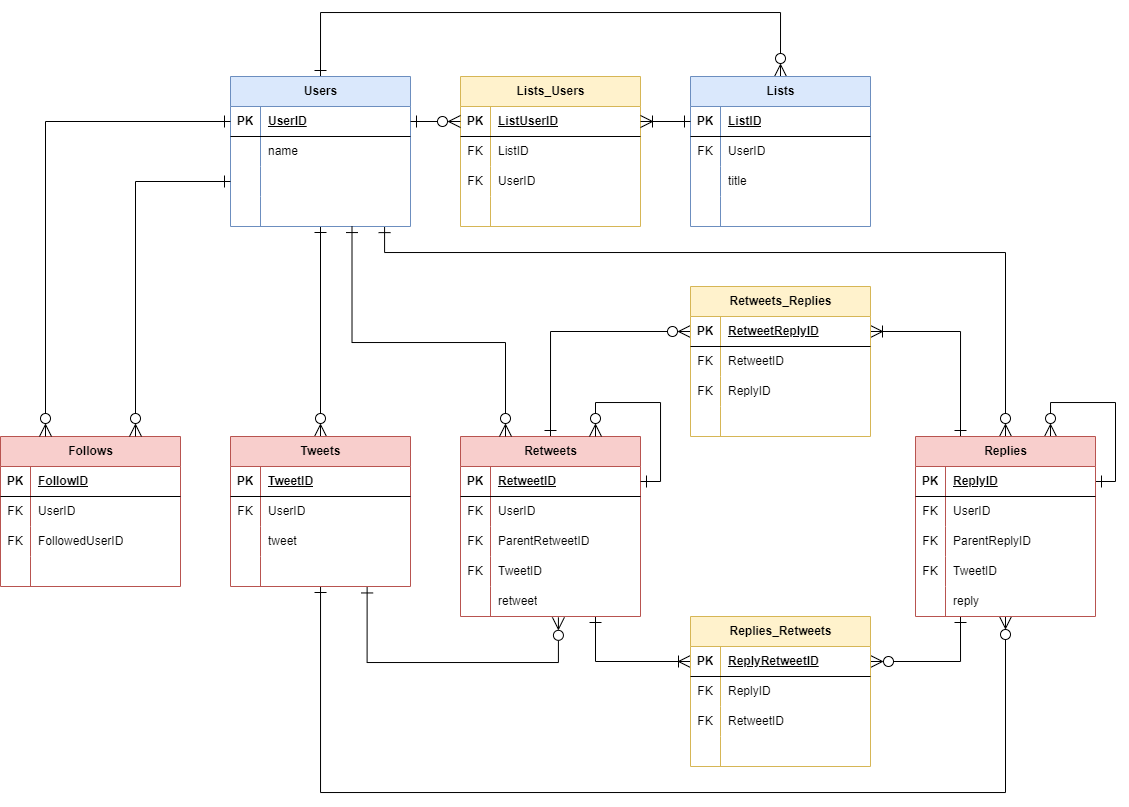
This is Twitter.drawio.png from npakk/fjord-database-erd-practice, a draw.io export, as it was before one commit. Source tidied: cells renumbered, new cells last; positions are measured from the earlier drawing's top-left corner, leaving out a move shared by most shapes.
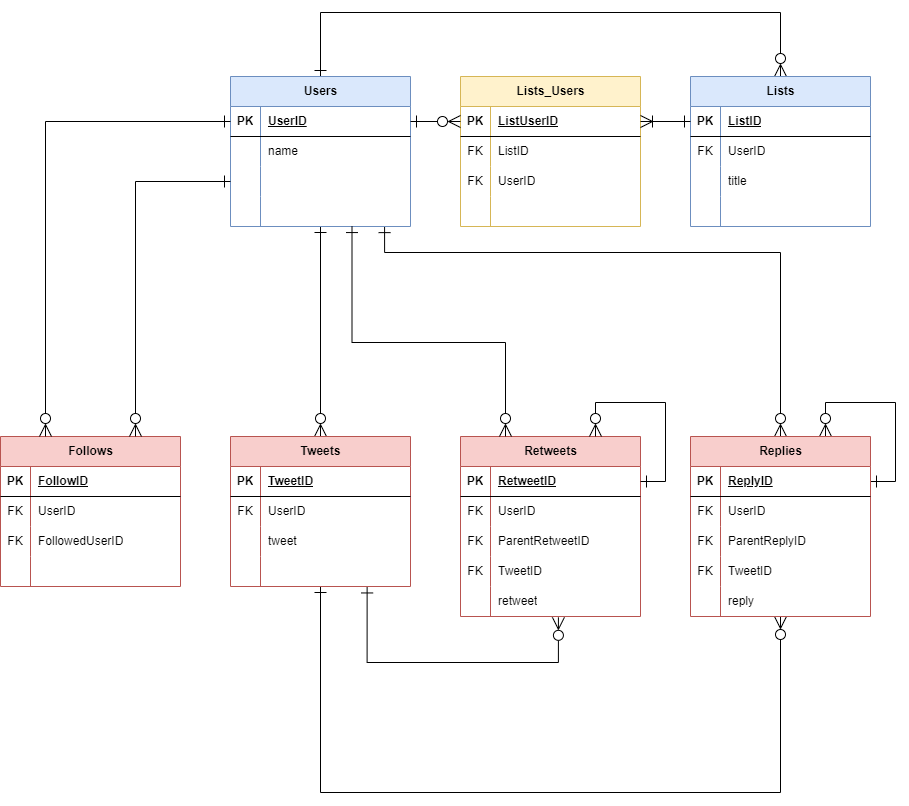
After the commit.

Commit message:
Twitter.drawio.png を更新します

The edit, as a diff of the source:
```diff
@@ -5,9 +5,9 @@
     <mxCell id="2" style="edgeStyle=orthogonalEdgeStyle;rounded=0;jettySize=auto;html=1;entryX=0.75;entryY=0;entryDx=0;entryDy=0;exitX=1;exitY=0.5;exitDx=0;exitDy=0;endSize=10;startSize=10;endArrow=ERzeroToMany;endFill=0;startArrow=ERone;startFill=0;" parent="1" edge="1" source="37" target="36">
       <mxGeometry relative="1" as="geometry">
         <Array as="points">
-          <mxPoint x="1115" y="469" />
-          <mxPoint x="1115" y="390" />
-          <mxPoint x="1050" y="390" />
+          <mxPoint x="895" y="469" />
+          <mxPoint x="895" y="390" />
+          <mxPoint x="825" y="390" />
         </Array>
       </mxGeometry>
     </mxCell>
@@ -26,7 +26,7 @@
       <mxGeometry relative="1" as="geometry">
         <Array as="points">
           <mxPoint x="384" y="240" />
-          <mxPoint x="1005" y="240" />
+          <mxPoint x="780" y="240" />
         </Array>
       </mxGeometry>
     </mxCell>
@@ -81,7 +81,7 @@
       <mxGeometry relative="1" as="geometry">
         <Array as="points">
           <mxPoint x="320" y="780" />
-          <mxPoint x="1005" y="780" />
+          <mxPoint x="780" y="780" />
         </Array>
       </mxGeometry>
     </mxCell>
@@ -124,14 +124,8 @@
     <mxCell id="33" style="shape=partialRectangle;fillColor=none;top=0;left=0;bottom=0;right=0;align=left;spacingLeft=6;overflow=hidden;whiteSpace=wrap;html=1;" parent="31" vertex="1">
       <mxGeometry x="30" width="150" height="30" as="geometry" />
     </mxCell>
-    <mxCell id="34" style="edgeStyle=orthogonalEdgeStyle;rounded=0;jettySize=auto;html=1;exitX=0.25;exitY=0;exitDx=0;exitDy=0;entryX=1;entryY=0.5;entryDx=0;entryDy=0;endSize=10;startSize=10;endArrow=ERoneToMany;endFill=0;startArrow=ERone;startFill=0;" parent="1" edge="1" source="36" target="115">
-      <mxGeometry relative="1" as="geometry" />
-    </mxCell>
-    <mxCell id="35" style="edgeStyle=orthogonalEdgeStyle;rounded=0;jettySize=auto;html=1;exitX=0.25;exitY=1;exitDx=0;exitDy=0;entryX=1;entryY=0.5;entryDx=0;entryDy=0;endSize=10;startSize=10;endArrow=ERzeroToMany;endFill=0;startArrow=ERone;startFill=0;" parent="1" edge="1" source="36" target="128">
-      <mxGeometry relative="1" as="geometry" />
-    </mxCell>
     <mxCell id="36" value="Replies" style="shape=table;startSize=30;rowLines=0;fontStyle=1;align=center;html=1;fillColor=#f8cecc;strokeColor=#b85450;" parent="1" vertex="1">
-      <mxGeometry x="915" y="424" width="180" height="180" as="geometry" />
+      <mxGeometry x="690" y="424" width="180" height="180" as="geometry" />
     </mxCell>
     <mxCell id="37" style="shape=tableRow;horizontal=0;startSize=0;swimlaneHead=0;swimlaneBody=0;fillColor=none;points=[[0,0.5],[1,0.5]];portConstraint=eastwest;top=0;left=0;right=0;bottom=1;" parent="36" vertex="1">
       <mxGeometry y="30" width="180" height="30" as="geometry" />
@@ -309,7 +303,7 @@
         </Array>
       </mxGeometry>
     </mxCell>
-    <mxCell id="93" style="edgeStyle=orthogonalEdgeStyle;rounded=0;jettySize=auto;html=1;entryX=0.5;entryY=0;entryDx=0;entryDy=0;endSize=10;startSize=10;endArrow=ERzeroToMany;endFill=0;startArrow=ERone;startFill=0;" parent="1" edge="1" source="x" target="36">
+    <mxCell id="93" style="edgeStyle=orthogonalEdgeStyle;rounded=0;jettySize=auto;html=1;entryX=0.5;entryY=0;entryDx=0;entryDy=0;endSize=10;startSize=10;endArrow=ERzeroToMany;endFill=0;startArrow=ERone;startFill=0;" parent="1" edge="1" target="36">
       <mxGeometry relative="1" as="geometry" />
     </mxCell>
     <mxCell id="94" style="edgeStyle=orthogonalEdgeStyle;rounded=0;jettySize=auto;html=1;exitX=1;exitY=0.5;exitDx=0;exitDy=0;entryX=0;entryY=0.5;entryDx=0;entryDy=0;endSize=10;startSize=10;endArrow=ERzeroToMany;endFill=0;startArrow=ERone;startFill=0;" parent="1" edge="1" source="7" target="79">
@@ -318,12 +312,6 @@
     <mxCell id="95" style="edgeStyle=orthogonalEdgeStyle;rounded=0;jettySize=auto;html=1;entryX=1;entryY=0.5;entryDx=0;entryDy=0;endSize=10;startSize=10;endArrow=ERoneToMany;endFill=0;startArrow=ERone;startFill=0;" parent="1" edge="1" source="66" target="79">
       <mxGeometry relative="1" as="geometry" />
     </mxCell>
-    <mxCell id="96" style="edgeStyle=orthogonalEdgeStyle;rounded=0;jettySize=auto;html=1;exitX=0.5;exitY=0;exitDx=0;exitDy=0;entryX=0;entryY=0.5;entryDx=0;entryDy=0;endSize=10;startSize=10;endArrow=ERzeroToMany;endFill=0;startArrow=ERone;startFill=0;" parent="1" edge="1" source="98" target="115">
-      <mxGeometry relative="1" as="geometry" />
-    </mxCell>
-    <mxCell id="97" style="edgeStyle=orthogonalEdgeStyle;rounded=0;jettySize=auto;html=1;exitX=0.75;exitY=1;exitDx=0;exitDy=0;entryX=0;entryY=0.5;entryDx=0;entryDy=0;endSize=10;startSize=10;endArrow=ERoneToMany;endFill=0;startArrow=ERone;startFill=0;" parent="1" edge="1" source="98" target="128">
-      <mxGeometry relative="1" as="geometry" />
-    </mxCell>
     <mxCell id="98" value="Retweets" style="shape=table;startSize=30;rowLines=0;fontStyle=1;align=center;html=1;fillColor=#f8cecc;strokeColor=#b85450;" parent="1" vertex="1">
       <mxGeometry x="460" y="424" width="180" height="180" as="geometry" />
     </mxCell>
@@ -372,84 +360,6 @@
     <mxCell id="113" value="retweet" style="shape=partialRectangle;fillColor=none;top=0;left=0;bottom=0;right=0;align=left;spacingLeft=6;overflow=hidden;whiteSpace=wrap;html=1;" parent="111" vertex="1">
       <mxGeometry x="30" width="150" height="30" as="geometry" />
     </mxCell>
-    <mxCell id="114" value="Retweets_Replies" style="shape=table;startSize=30;rowLines=0;fontStyle=1;align=center;html=1;fillColor=#fff2cc;strokeColor=#d6b656;" parent="1" vertex="1">
-      <mxGeometry x="690" y="274" width="180" height="150" as="geometry" />
-    </mxCell>
-    <mxCell id="115" style="shape=tableRow;horizontal=0;startSize=0;swimlaneHead=0;swimlaneBody=0;fillColor=none;points=[[0,0.5],[1,0.5]];portConstraint=eastwest;top=0;left=0;right=0;bottom=1;" parent="114" vertex="1">
-      <mxGeometry y="30" width="180" height="30" as="geometry" />
-    </mxCell>
-    <mxCell id="116" value="PK" style="shape=partialRectangle;fillColor=none;top=0;left=0;bottom=0;right=0;fontStyle=1;overflow=hidden;whiteSpace=wrap;html=1;" parent="115" vertex="1">
-      <mxGeometry width="30" height="30" as="geometry" />
-    </mxCell>
-    <mxCell id="117" value="RetweetReplyID" style="shape=partialRectangle;fillColor=none;top=0;left=0;bottom=0;right=0;align=left;spacingLeft=6;fontStyle=5;overflow=hidden;whiteSpace=wrap;html=1;" parent="115" vertex="1">
-      <mxGeometry x="30" width="150" height="30" as="geometry" />
-    </mxCell>
-    <mxCell id="118" style="shape=tableRow;horizontal=0;startSize=0;swimlaneHead=0;swimlaneBody=0;fillColor=none;top=0;left=0;right=0;bottom=0;" parent="114" vertex="1">
-      <mxGeometry y="60" width="180" height="30" as="geometry" />
-    </mxCell>
-    <mxCell id="119" value="FK" style="shape=partialRectangle;fillColor=none;top=0;left=0;bottom=0;right=0;overflow=hidden;whiteSpace=wrap;html=1;" parent="118" vertex="1">
-      <mxGeometry width="30" height="30" as="geometry" />
-    </mxCell>
-    <mxCell id="120" value="RetweetID" style="shape=partialRectangle;fillColor=none;top=0;left=0;bottom=0;right=0;align=left;spacingLeft=6;overflow=hidden;whiteSpace=wrap;html=1;" parent="118" vertex="1">
-      <mxGeometry x="30" width="150" height="30" as="geometry" />
-    </mxCell>
-    <mxCell id="121" style="shape=tableRow;horizontal=0;startSize=0;swimlaneHead=0;swimlaneBody=0;fillColor=none;top=0;left=0;right=0;bottom=0;" parent="114" vertex="1">
-      <mxGeometry y="90" width="180" height="30" as="geometry" />
-    </mxCell>
-    <mxCell id="122" value="FK" style="shape=partialRectangle;fillColor=none;top=0;left=0;bottom=0;right=0;overflow=hidden;whiteSpace=wrap;html=1;" parent="121" vertex="1">
-      <mxGeometry width="30" height="30" as="geometry" />
-    </mxCell>
-    <mxCell id="123" value="ReplyID" style="shape=partialRectangle;fillColor=none;top=0;left=0;bottom=0;right=0;align=left;spacingLeft=6;overflow=hidden;whiteSpace=wrap;html=1;" parent="121" vertex="1">
-      <mxGeometry x="30" width="150" height="30" as="geometry" />
-    </mxCell>
-    <mxCell id="124" style="shape=tableRow;horizontal=0;startSize=0;swimlaneHead=0;swimlaneBody=0;fillColor=none;top=0;left=0;right=0;bottom=0;" parent="114" vertex="1">
-      <mxGeometry y="120" width="180" height="30" as="geometry" />
-    </mxCell>
-    <mxCell id="125" style="shape=partialRectangle;fillColor=none;top=0;left=0;bottom=0;right=0;overflow=hidden;whiteSpace=wrap;html=1;" parent="124" vertex="1">
-      <mxGeometry width="30" height="30" as="geometry" />
-    </mxCell>
-    <mxCell id="126" style="shape=partialRectangle;fillColor=none;top=0;left=0;bottom=0;right=0;align=left;spacingLeft=6;overflow=hidden;whiteSpace=wrap;html=1;" parent="124" vertex="1">
-      <mxGeometry x="30" width="150" height="30" as="geometry" />
-    </mxCell>
-    <mxCell id="127" value="Replies_Retweets" style="shape=table;startSize=30;rowLines=0;fontStyle=1;align=center;html=1;fillColor=#fff2cc;strokeColor=#d6b656;" parent="1" vertex="1">
-      <mxGeometry x="690" y="604" width="180" height="150" as="geometry" />
-    </mxCell>
-    <mxCell id="128" style="shape=tableRow;horizontal=0;startSize=0;swimlaneHead=0;swimlaneBody=0;fillColor=none;points=[[0,0.5],[1,0.5]];portConstraint=eastwest;top=0;left=0;right=0;bottom=1;" parent="127" vertex="1">
-      <mxGeometry y="30" width="180" height="30" as="geometry" />
-    </mxCell>
-    <mxCell id="129" value="PK" style="shape=partialRectangle;fillColor=none;top=0;left=0;bottom=0;right=0;fontStyle=1;overflow=hidden;whiteSpace=wrap;html=1;" parent="128" vertex="1">
-      <mxGeometry width="30" height="30" as="geometry" />
-    </mxCell>
-    <mxCell id="130" value="ReplyRetweetID" style="shape=partialRectangle;fillColor=none;top=0;left=0;bottom=0;right=0;align=left;spacingLeft=6;fontStyle=5;overflow=hidden;whiteSpace=wrap;html=1;" parent="128" vertex="1">
-      <mxGeometry x="30" width="150" height="30" as="geometry" />
-    </mxCell>
-    <mxCell id="131" style="shape=tableRow;horizontal=0;startSize=0;swimlaneHead=0;swimlaneBody=0;fillColor=none;top=0;left=0;right=0;bottom=0;" parent="127" vertex="1">
-      <mxGeometry y="60" width="180" height="30" as="geometry" />
-    </mxCell>
-    <mxCell id="132" value="FK" style="shape=partialRectangle;fillColor=none;top=0;left=0;bottom=0;right=0;overflow=hidden;whiteSpace=wrap;html=1;" parent="131" vertex="1">
-      <mxGeometry width="30" height="30" as="geometry" />
-    </mxCell>
-    <mxCell id="133" value="ReplyID" style="shape=partialRectangle;fillColor=none;top=0;left=0;bottom=0;right=0;align=left;spacingLeft=6;overflow=hidden;whiteSpace=wrap;html=1;" parent="131" vertex="1">
-      <mxGeometry x="30" width="150" height="30" as="geometry" />
-    </mxCell>
-    <mxCell id="134" style="shape=tableRow;horizontal=0;startSize=0;swimlaneHead=0;swimlaneBody=0;fillColor=none;top=0;left=0;right=0;bottom=0;" parent="127" vertex="1">
-      <mxGeometry y="90" width="180" height="30" as="geometry" />
-    </mxCell>
-    <mxCell id="135" value="FK" style="shape=partialRectangle;fillColor=none;top=0;left=0;bottom=0;right=0;overflow=hidden;whiteSpace=wrap;html=1;" parent="134" vertex="1">
-      <mxGeometry width="30" height="30" as="geometry" />
-    </mxCell>
-    <mxCell id="136" value="RetweetID" style="shape=partialRectangle;fillColor=none;top=0;left=0;bottom=0;right=0;align=left;spacingLeft=6;overflow=hidden;whiteSpace=wrap;html=1;" parent="134" vertex="1">
-      <mxGeometry x="30" width="150" height="30" as="geometry" />
-    </mxCell>
-    <mxCell id="137" style="shape=tableRow;horizontal=0;startSize=0;swimlaneHead=0;swimlaneBody=0;fillColor=none;top=0;left=0;right=0;bottom=0;" parent="127" vertex="1">
-      <mxGeometry y="120" width="180" height="30" as="geometry" />
-    </mxCell>
-    <mxCell id="138" style="shape=partialRectangle;fillColor=none;top=0;left=0;bottom=0;right=0;overflow=hidden;whiteSpace=wrap;html=1;" parent="137" vertex="1">
-      <mxGeometry width="30" height="30" as="geometry" />
-    </mxCell>
-    <mxCell id="139" style="shape=partialRectangle;fillColor=none;top=0;left=0;bottom=0;right=0;align=left;spacingLeft=6;overflow=hidden;whiteSpace=wrap;html=1;" parent="137" vertex="1">
-      <mxGeometry x="30" width="150" height="30" as="geometry" />
-    </mxCell>
     <mxCell id="140" style="edgeStyle=orthogonalEdgeStyle;rounded=0;jettySize=auto;html=1;entryX=0.25;entryY=0;entryDx=0;entryDy=0;exitX=0.675;exitY=1.002;exitDx=0;exitDy=0;exitPerimeter=0;endSize=10;startSize=10;endArrow=ERzeroToMany;endFill=0;startArrow=ERone;startFill=0;" parent="1" edge="1" source="16" target="98">
       <mxGeometry relative="1" as="geometry">
         <Array as="points">
@@ -461,8 +371,8 @@
     <mxCell id="141" style="edgeStyle=orthogonalEdgeStyle;rounded=0;orthogonalLoop=1;jettySize=auto;html=1;exitX=1;exitY=0.25;exitDx=0;exitDy=0;entryX=0.75;entryY=0;entryDx=0;entryDy=0;endSize=10;startSize=10;endArrow=ERzeroToMany;endFill=0;startArrow=ERone;startFill=0;" parent="1" edge="1" source="98" target="98">
       <mxGeometry relative="1" as="geometry">
         <Array as="points">
-          <mxPoint x="660" y="469" />
-          <mxPoint x="660" y="390" />
+          <mxPoint x="665" y="469" />
+          <mxPoint x="665" y="390" />
           <mxPoint x="595" y="390" />
         </Array>
       </mxGeometry>
```
